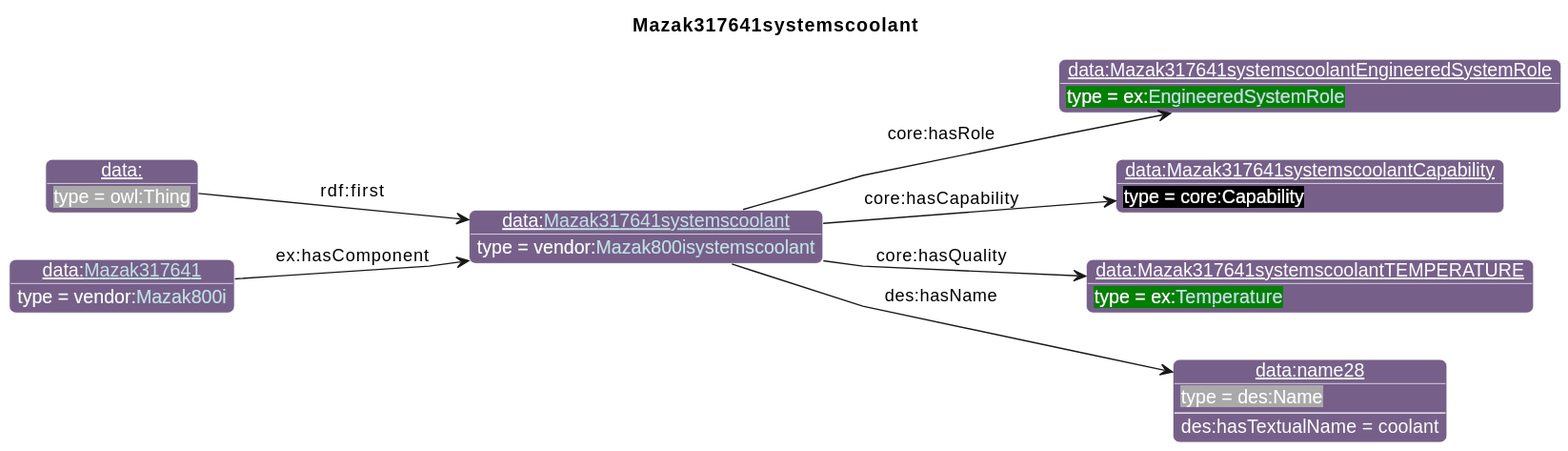
iofoundry/example-syseng-mtconnect keeps this PlantUML diagram as diagrams/Mazak317641systemscoolant.svg. Above is the earlier version.
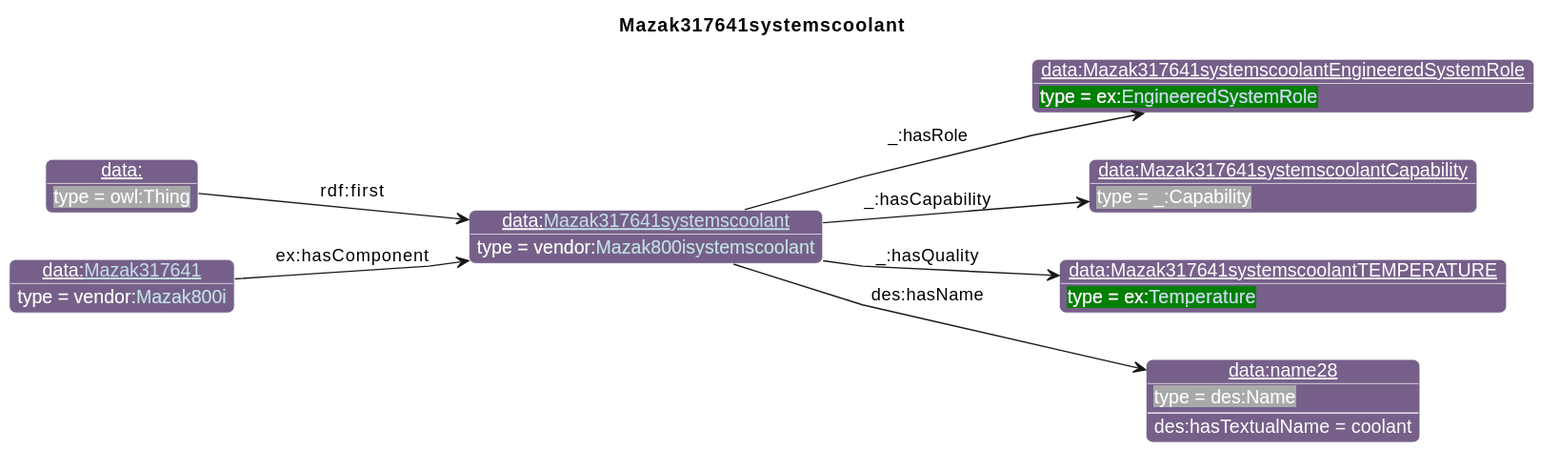
Later version of the same file.

What changed in the source:
```diff
@@ -27,14 +27,14 @@
       }
 individual(o0, data:[[./Mazak317641systemscoolant.html Mazak317641systemscoolant]], vendor:[[../Mazak.html#Mazak800isystemscoolant Mazak800isystemscoolant]])
 individual(o1, data:Mazak317641systemscoolantEngineeredSystemRole, ex:[[../Example.html#EngineeredSystemRole EngineeredSystemRole]])
-individual(o2, data:Mazak317641systemscoolantCapability, core:Capability)
+individual(o2, data:Mazak317641systemscoolantCapability, _:Capability)
 individual(o3, data:Mazak317641systemscoolantTEMPERATURE, ex:[[../Example.html#Temperature Temperature]])
 individual(o4, data:name28, des:Name)
 individual(o5, data:, owl:Thing)
 individual(o6, data:[[./Mazak317641.html Mazak317641]], vendor:[[../Mazak.html#Mazak800i Mazak800i]])
-property(o0, "core:hasRole", o1)
-property(o0, "core:hasCapability", o2)
-property(o0, "core:hasQuality", o3)
+property(o0, "_:hasRole", o1)
+property(o0, "_:hasCapability", o2)
+property(o0, "_:hasQuality", o3)
 property(o0, "des:hasName", o4)
 data(o4, "des:hasTextualName", "coolant")
 property(o5, "rdf:first", o0)
```
